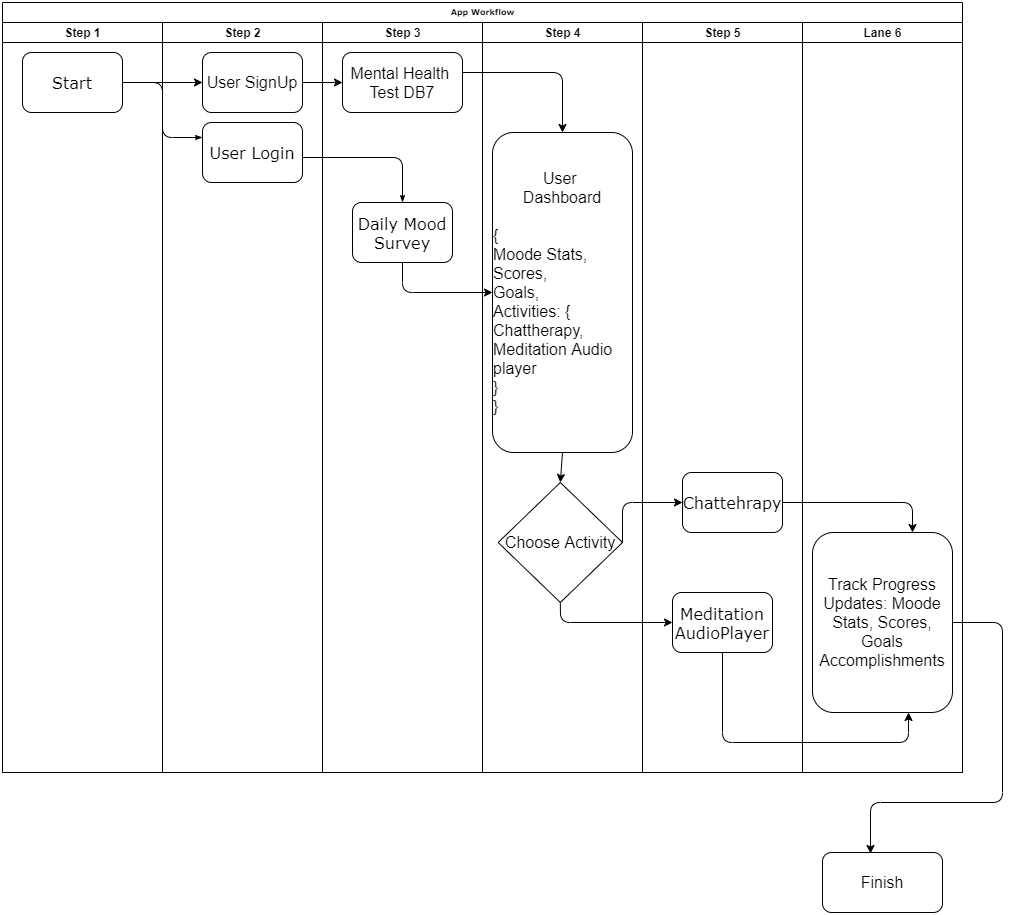
This is Untitled Diagram.png from jlcalderon/project-3, a draw.io export, as it was before one commit. Source tidied: cells renumbered, new cells last; positions are measured from the earlier drawing's top-left corner, leaving out a move shared by most shapes.
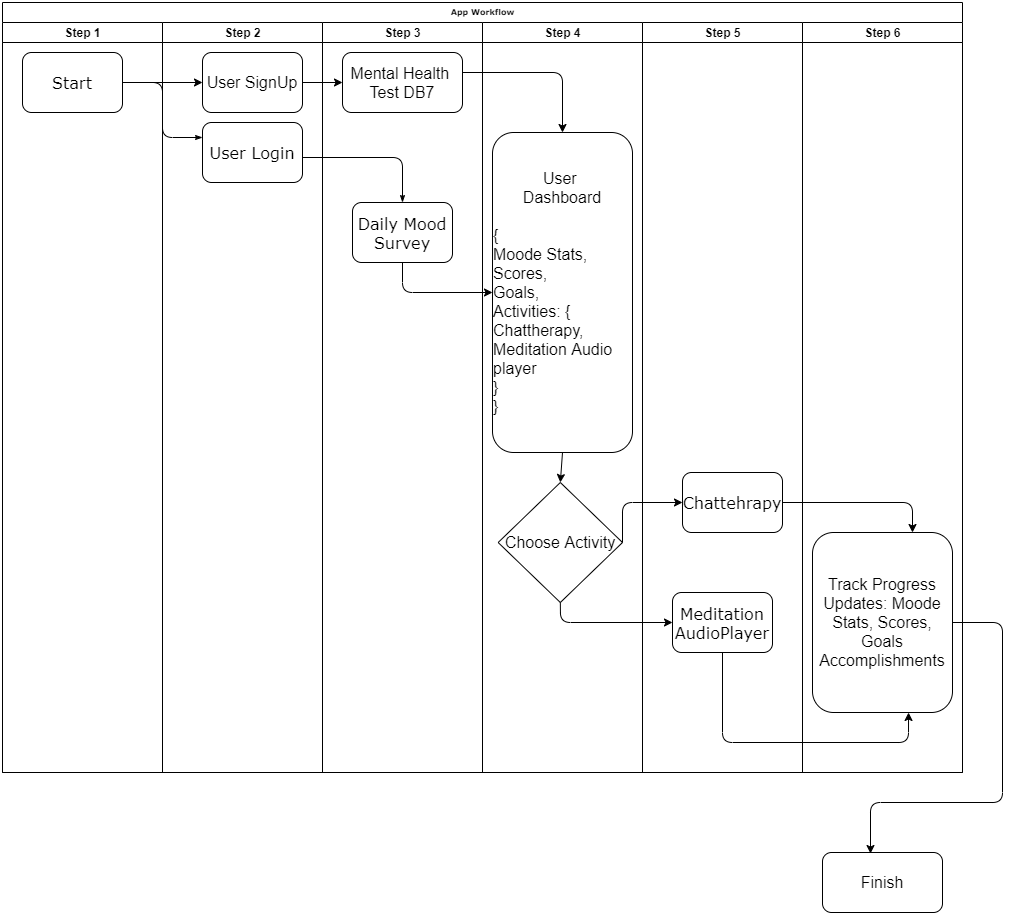
Above is the later version.

The edit, as a diff of the source:
```diff
@@ -61,7 +61,7 @@
     <mxCell id="19" value="&lt;font style=&quot;font-size: 16px&quot;&gt;Meditation AudioPlayer&lt;/font&gt;" style="rounded=1;whiteSpace=wrap;html=1;shadow=0;labelBackgroundColor=none;strokeWidth=1;fontFamily=Verdana;fontSize=8;align=center;" parent="17" vertex="1">
       <mxGeometry x="30" y="570" width="100" height="60" as="geometry" />
     </mxCell>
-    <mxCell id="20" value="Lane 6" style="swimlane;html=1;startSize=20;" parent="2" vertex="1">
+    <mxCell id="20" value="Step 6" style="swimlane;html=1;startSize=20;" parent="2" vertex="1">
       <mxGeometry x="800" y="20" width="160" height="750" as="geometry" />
     </mxCell>
     <mxCell id="21" value="&lt;font style=&quot;font-size: 16px&quot;&gt;Track Progress&lt;br&gt;Updates: Moode Stats, Scores, Goals Accomplishments&lt;/font&gt;" style="rounded=1;whiteSpace=wrap;html=1;" parent="20" vertex="1">
```
